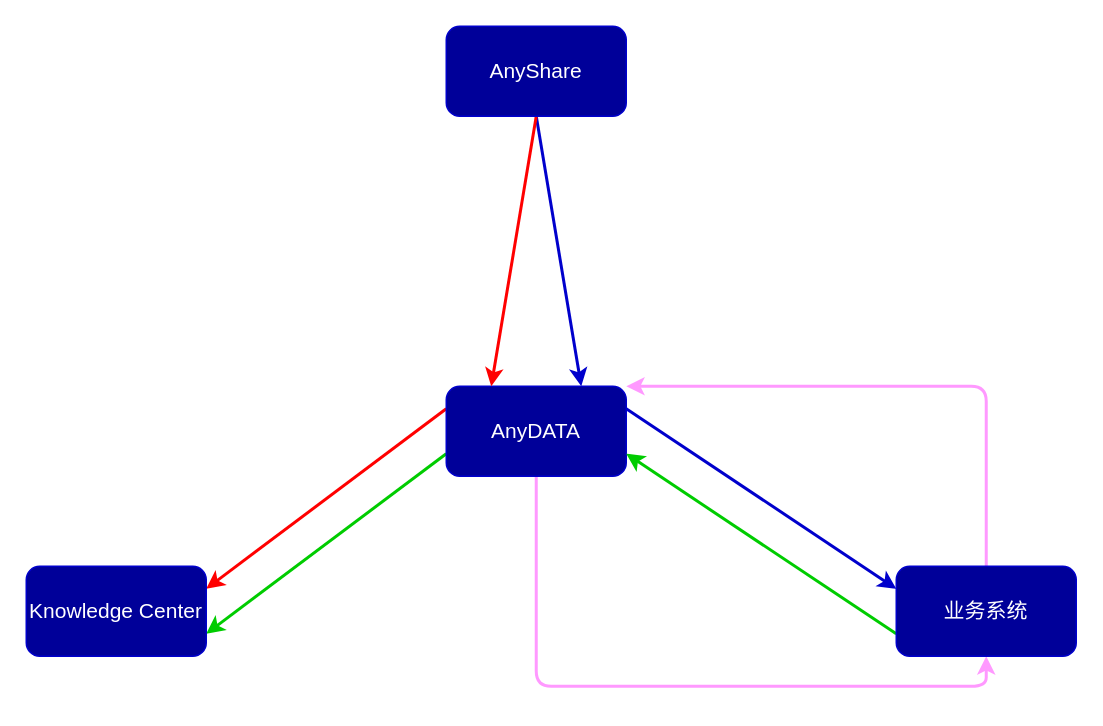
Before: 未命名绘图.drawio.xml in Musk-Mxy/Mxy, a draw.io diagram. Source tidied: cells renumbered, new cells numbered last; positions are measured from the earlier drawing's top-left corner, leaving out a move shared by most shapes. Both pictures are drawn from the tidied source at 150%, with x=0, y=0 at pixel (26, 26).
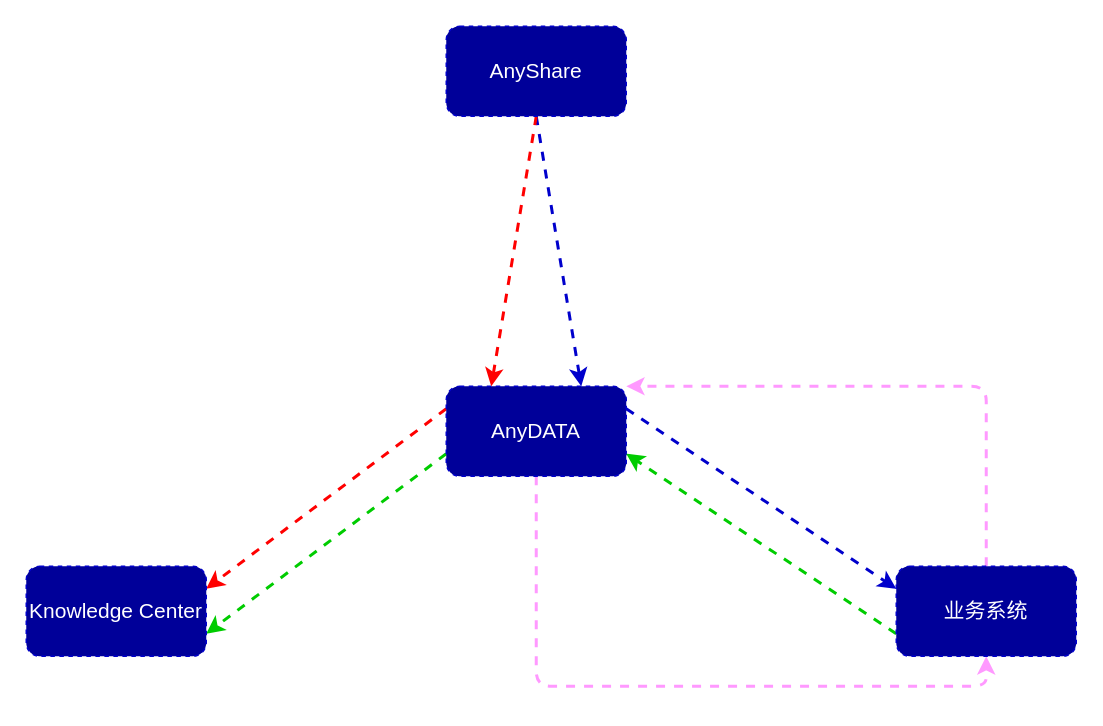
The same page after the edit.

The edit, as a diff of the source:
```diff
@@
 <mxGraphModel>
   <root>
     <mxCell id="0" />
     <mxCell id="1" parent="0" />
-    <mxCell id="2" style="edgeStyle=none;rounded=1;jettySize=auto;html=1;exitX=0;exitY=0.25;exitDx=0;exitDy=0;entryX=1;entryY=0.25;entryDx=0;entryDy=0;strokeColor=#FF0000;strokeWidth=2;" parent="1" edge="1" source="6" target="10">
+    <mxCell id="2" style="edgeStyle=none;rounded=1;jettySize=auto;html=1;exitX=0;exitY=0.25;exitDx=0;exitDy=0;entryX=1;entryY=0.25;entryDx=0;entryDy=0;strokeColor=#FF0000;strokeWidth=2;dashed=1;labelBackgroundColor=none;fontColor=default;" parent="1" edge="1" source="6" target="10">
       <mxGeometry relative="1" as="geometry" />
     </mxCell>
-    <mxCell id="3" style="edgeStyle=none;rounded=1;jettySize=auto;html=1;exitX=1;exitY=0.25;exitDx=0;exitDy=0;entryX=0;entryY=0.25;entryDx=0;entryDy=0;strokeColor=#0000CC;strokeWidth=2;" parent="1" edge="1" source="6" target="13">
+    <mxCell id="3" style="edgeStyle=none;rounded=1;jettySize=auto;html=1;exitX=1;exitY=0.25;exitDx=0;exitDy=0;entryX=0;entryY=0.25;entryDx=0;entryDy=0;strokeColor=#0000CC;strokeWidth=2;dashed=1;labelBackgroundColor=none;fontColor=default;" parent="1" edge="1" source="6" target="13">
       <mxGeometry relative="1" as="geometry" />
     </mxCell>
-    <mxCell id="4" style="edgeStyle=none;rounded=1;jettySize=auto;html=1;exitX=0;exitY=0.75;exitDx=0;exitDy=0;entryX=1;entryY=0.75;entryDx=0;entryDy=0;shadow=0;fontSize=14;fontColor=#FFFFFF;strokeColor=#00CC00;strokeWidth=2;" parent="1" edge="1" source="6" target="10">
+    <mxCell id="4" style="edgeStyle=none;rounded=1;jettySize=auto;html=1;exitX=0;exitY=0.75;exitDx=0;exitDy=0;entryX=1;entryY=0.75;entryDx=0;entryDy=0;shadow=0;fontSize=14;fontColor=default;strokeColor=#00CC00;strokeWidth=2;dashed=1;labelBackgroundColor=none;" parent="1" edge="1" source="6" target="10">
       <mxGeometry relative="1" as="geometry" />
     </mxCell>
-    <mxCell id="5" style="edgeStyle=orthogonalEdgeStyle;rounded=1;jettySize=auto;html=1;exitX=0.5;exitY=1;exitDx=0;exitDy=0;entryX=0.5;entryY=1;entryDx=0;entryDy=0;shadow=0;fontSize=14;fontColor=#FFFFFF;strokeColor=#FF99FF;strokeWidth=2;" parent="1" edge="1" source="6" target="13">
+    <mxCell id="5" style="edgeStyle=orthogonalEdgeStyle;rounded=1;jettySize=auto;html=1;exitX=0.5;exitY=1;exitDx=0;exitDy=0;entryX=0.5;entryY=1;entryDx=0;entryDy=0;shadow=0;fontSize=14;fontColor=default;strokeColor=#FF99FF;strokeWidth=2;dashed=1;labelBackgroundColor=none;" parent="1" edge="1" source="6" target="13">
       <mxGeometry relative="1" as="geometry" />
     </mxCell>
-    <mxCell id="6" value="AnyDATA" style="rounded=1;whiteSpace=wrap;html=1;strokeColor=#0000CC;fillColor=#000099;fontColor=#FFFFFF;fontSize=14;" parent="1" vertex="1">
+    <mxCell id="6" value="&lt;font color=&quot;#ffffff&quot;&gt;AnyDATA&lt;/font&gt;" style="rounded=1;whiteSpace=wrap;html=1;strokeColor=#0000CC;fillColor=#000099;fontColor=default;fontSize=14;dashed=1;labelBackgroundColor=none;" parent="1" vertex="1">
       <mxGeometry x="280" y="240" width="120" height="60" as="geometry" />
     </mxCell>
-    <mxCell id="7" style="edgeStyle=none;rounded=1;jettySize=auto;html=1;exitX=0.5;exitY=1;exitDx=0;exitDy=0;entryX=0.75;entryY=0;entryDx=0;entryDy=0;strokeColor=#0000CC;strokeWidth=2;" parent="1" edge="1" source="9" target="6">
+    <mxCell id="7" style="edgeStyle=none;rounded=1;jettySize=auto;html=1;exitX=0.5;exitY=1;exitDx=0;exitDy=0;entryX=0.75;entryY=0;entryDx=0;entryDy=0;strokeColor=#0000CC;strokeWidth=2;dashed=1;labelBackgroundColor=none;fontColor=default;" parent="1" edge="1" source="9" target="6">
       <mxGeometry relative="1" as="geometry" />
     </mxCell>
-    <mxCell id="8" style="edgeStyle=none;rounded=1;jettySize=auto;html=1;exitX=0.5;exitY=1;exitDx=0;exitDy=0;entryX=0.25;entryY=0;entryDx=0;entryDy=0;shadow=0;fontSize=14;fontColor=#FFFFFF;strokeColor=#FF0000;strokeWidth=2;" parent="1" edge="1" source="9" target="6">
+    <mxCell id="8" style="edgeStyle=none;rounded=1;jettySize=auto;html=1;exitX=0.5;exitY=1;exitDx=0;exitDy=0;entryX=0.25;entryY=0;entryDx=0;entryDy=0;shadow=0;fontSize=14;fontColor=default;strokeColor=#FF0000;strokeWidth=2;dashed=1;labelBackgroundColor=none;" parent="1" edge="1" source="9" target="6">
       <mxGeometry relative="1" as="geometry" />
     </mxCell>
-    <mxCell id="9" value="AnyShare" style="rounded=1;whiteSpace=wrap;html=1;strokeColor=#0000CC;fillColor=#000099;fontColor=#FFFFFF;fontSize=14;" parent="1" vertex="1">
+    <mxCell id="9" value="&lt;font color=&quot;#ffffff&quot;&gt;AnyShare&lt;/font&gt;" style="rounded=1;whiteSpace=wrap;html=1;strokeColor=#0000CC;fillColor=#000099;fontColor=default;fontSize=14;dashed=1;labelBackgroundColor=none;" parent="1" vertex="1">
       <mxGeometry x="280" width="120" height="60" as="geometry" />
     </mxCell>
-    <mxCell id="10" value="Knowledge Center" style="rounded=1;whiteSpace=wrap;html=1;strokeColor=#0000CC;fillColor=#000099;fontColor=#FFFFFF;fontSize=14;" parent="1" vertex="1">
+    <mxCell id="10" value="&lt;font color=&quot;#ffffff&quot;&gt;Knowledge Center&lt;/font&gt;" style="rounded=1;whiteSpace=wrap;html=1;strokeColor=#0000CC;fillColor=#000099;fontColor=default;fontSize=14;dashed=1;labelBackgroundColor=none;" parent="1" vertex="1">
       <mxGeometry y="360" width="120" height="60" as="geometry" />
     </mxCell>
-    <mxCell id="11" style="edgeStyle=none;rounded=1;jettySize=auto;html=1;exitX=0;exitY=0.75;exitDx=0;exitDy=0;entryX=1;entryY=0.75;entryDx=0;entryDy=0;shadow=0;fontSize=14;fontColor=#FFFFFF;strokeColor=#00CC00;strokeWidth=2;" parent="1" edge="1" source="13" target="6">
+    <mxCell id="11" style="edgeStyle=none;rounded=1;jettySize=auto;html=1;exitX=0;exitY=0.75;exitDx=0;exitDy=0;entryX=1;entryY=0.75;entryDx=0;entryDy=0;shadow=0;fontSize=14;fontColor=default;strokeColor=#00CC00;strokeWidth=2;dashed=1;labelBackgroundColor=none;" parent="1" edge="1" source="13" target="6">
       <mxGeometry relative="1" as="geometry" />
     </mxCell>
-    <mxCell id="12" style="edgeStyle=orthogonalEdgeStyle;rounded=1;jettySize=auto;html=1;exitX=0.5;exitY=0;exitDx=0;exitDy=0;entryX=1;entryY=0;entryDx=0;entryDy=0;shadow=0;fontSize=14;fontColor=#FF99FF;strokeColor=#FF99FF;strokeWidth=2;" parent="1" edge="1" source="13" target="6">
+    <mxCell id="12" style="edgeStyle=orthogonalEdgeStyle;rounded=1;jettySize=auto;html=1;exitX=0.5;exitY=0;exitDx=0;exitDy=0;entryX=1;entryY=0;entryDx=0;entryDy=0;shadow=0;fontSize=14;fontColor=default;strokeColor=#FF99FF;strokeWidth=2;dashed=1;labelBackgroundColor=none;" parent="1" edge="1" source="13" target="6">
       <mxGeometry relative="1" as="geometry">
         <Array as="points">
           <mxPoint x="640" y="240" />
         </Array>
       </mxGeometry>
     </mxCell>
-    <mxCell id="13" value="业务系统" style="rounded=1;whiteSpace=wrap;html=1;strokeColor=#0000CC;fillColor=#000099;fontColor=#FFFFFF;fontSize=14;" parent="1" vertex="1">
+    <mxCell id="13" value="&lt;font color=&quot;#ffffff&quot;&gt;业务系统&lt;/font&gt;" style="rounded=1;whiteSpace=wrap;html=1;strokeColor=#0000CC;fillColor=#000099;fontColor=default;fontSize=14;dashed=1;labelBackgroundColor=none;" parent="1" vertex="1">
       <mxGeometry x="580" y="360" width="120" height="60" as="geometry" />
     </mxCell>
   </root>
 </mxGraphModel>
```
